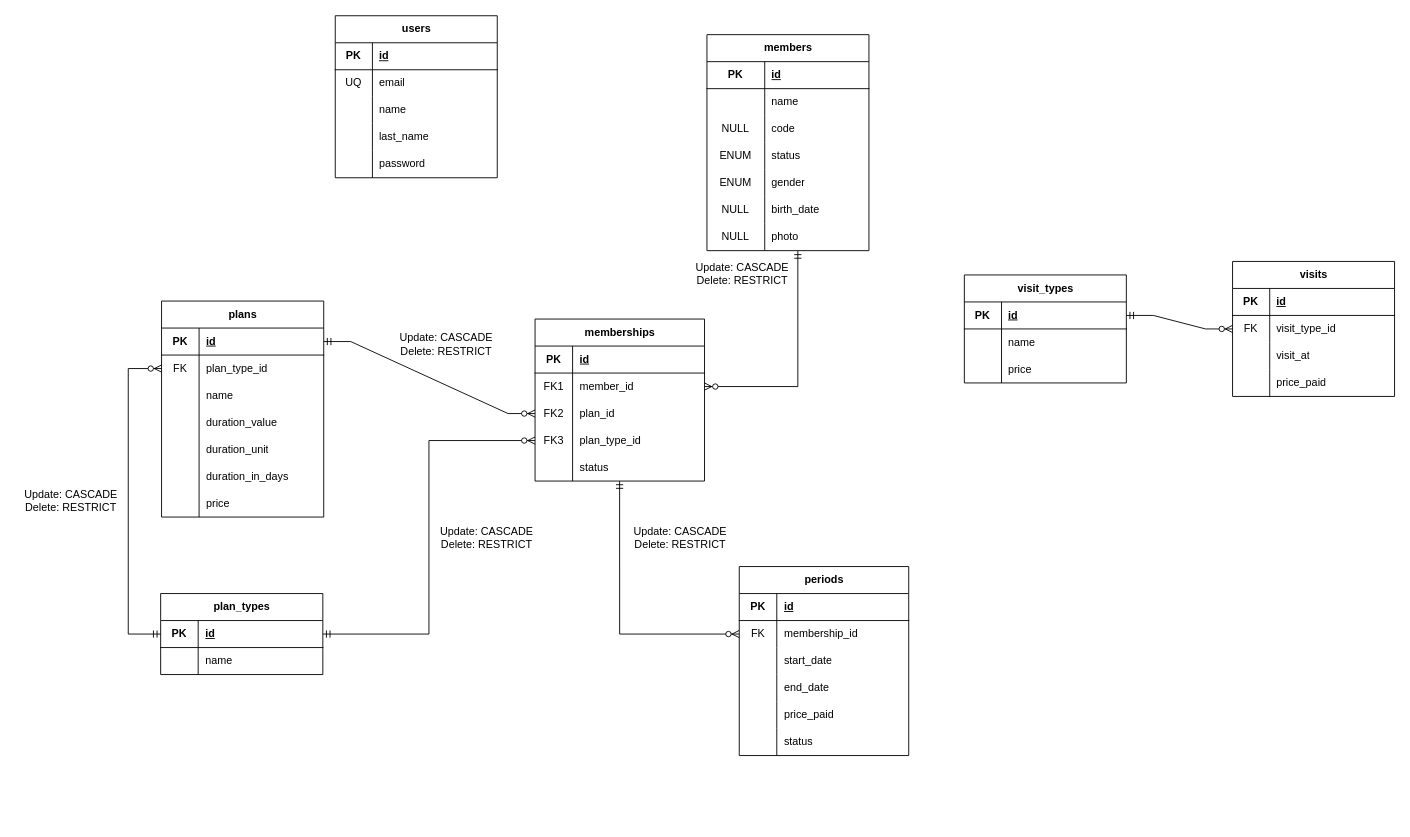
This is docs/logical-design.drawio from hdz-kevin/TecnoGym, a draw.io file, before an edit. Source tidied: cells renumbered, new cells numbered last; positions are measured from the earlier drawing's top-left corner, leaving out a move shared by most shapes. Both pictures are drawn from the tidied source at 90%, with x=0, y=0 at pixel (15, 15).
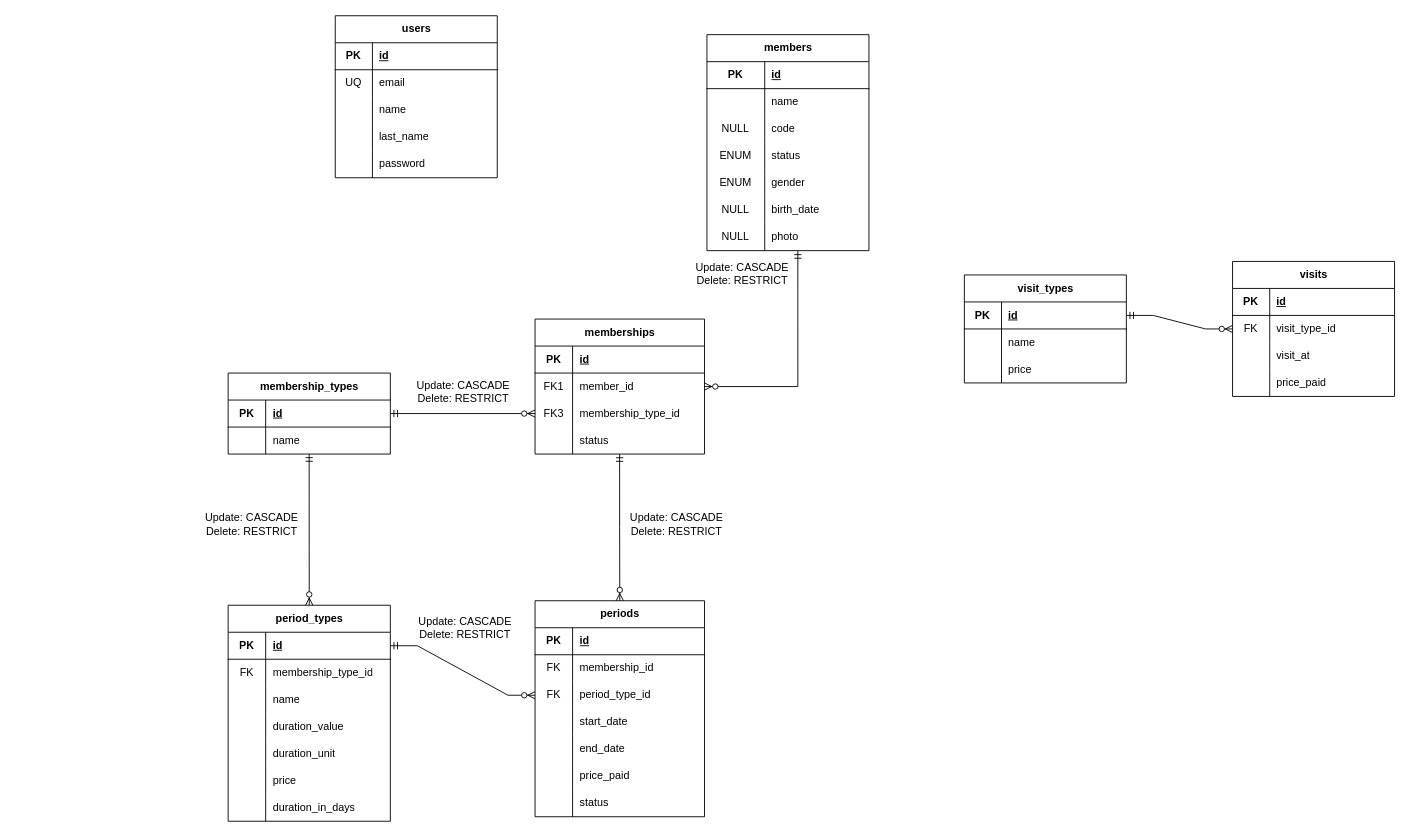
Above is the later version.

Commit message:
modify DB schema: table names and relationships

The change refers to these unchanged cells:
```xml
<mxCell id="41" style="shape=tableRow;horizontal=0;startSize=0;swimlaneHead=0;swimlaneBody=0;fillColor=none;points=[[0,0.5],[1,0.5]];portConstraint=eastwest;top=0;left=0;right=0;bottom=1;" parent="40" vertex="1">
  <mxGeometry y="30" width="180.2" height="30" as="geometry" />
</mxCell>
<mxCell id="48" style="shape=tableRow;horizontal=0;startSize=0;swimlaneHead=0;swimlaneBody=0;fillColor=none;points=[[0,0.5],[1,0.5]];portConstraint=eastwest;top=0;left=0;right=0;bottom=1;" parent="47" vertex="1">
  <mxGeometry y="30" width="180.2" height="30" as="geometry" />
</mxCell>
<mxCell id="51" style="shape=tableRow;horizontal=0;startSize=0;swimlaneHead=0;swimlaneBody=0;fillColor=none;points=[[0,0.5],[1,0.5]];portConstraint=eastwest;top=0;left=0;right=0;bottom=0;" parent="47" vertex="1">
  <mxGeometry y="60" width="180.2" height="30" as="geometry" />
</mxCell>
<mxCell id="63" style="shape=tableRow;horizontal=0;startSize=0;swimlaneHead=0;swimlaneBody=0;fillColor=none;top=0;left=0;right=0;bottom=0;" parent="47" vertex="1">
  <mxGeometry y="180" width="180.2" height="30" as="geometry" />
</mxCell>
<mxCell id="66" style="shape=tableRow;horizontal=0;startSize=0;swimlaneHead=0;swimlaneBody=0;fillColor=none;top=0;left=0;right=0;bottom=0;" parent="47" vertex="1">
  <mxGeometry y="210" width="180.2" height="30" as="geometry" />
</mxCell>
<mxCell id="97" style="shape=tableRow;horizontal=0;startSize=0;swimlaneHead=0;swimlaneBody=0;fillColor=none;points=[[0,0.5],[1,0.5]];portConstraint=eastwest;top=0;left=0;right=0;bottom=0;" parent="93" vertex="1">
  <mxGeometry y="60" width="188.3" height="30" as="geometry" />
</mxCell>
```

The edit, as a diff of the source:
```diff
@@
-    <mxCell id="40" value="plan_types" style="shape=table;startSize=30;childLayout=tableLayout;rowLines=0;fontStyle=1;align=center;html=1;" parent="1" vertex="1">
-      <mxGeometry x="161" y="642" width="180.2" height="90" as="geometry" />
+    <mxCell id="40" value="membership_types" style="shape=table;startSize=30;childLayout=tableLayout;rowLines=0;fontStyle=1;align=center;html=1;" parent="1" vertex="1">
+      <mxGeometry x="236" y="397" width="180.2" height="90" as="geometry" />
     </mxCell>
@@
-    <mxCell id="47" value="plans" style="shape=table;startSize=30;childLayout=tableLayout;rowLines=0;fontStyle=1;align=center;html=1;" parent="1" vertex="1">
-      <mxGeometry x="162" y="317" width="180.2" height="240" as="geometry" />
+    <mxCell id="47" value="period_types" style="shape=table;startSize=30;childLayout=tableLayout;rowLines=0;fontStyle=1;align=center;html=1;" parent="1" vertex="1">
+      <mxGeometry x="236" y="655" width="180.2" height="240" as="geometry" />
     </mxCell>
@@
-    <mxCell id="53" value="plan_type_id" style="shape=partialRectangle;fillColor=none;top=0;left=0;bottom=0;right=0;align=left;spacingLeft=6;overflow=hidden;whiteSpace=wrap;html=1;" parent="51" vertex="1">
+    <mxCell id="53" value="membership_type_id" style="shape=partialRectangle;fillColor=none;top=0;left=0;bottom=0;right=0;align=left;spacingLeft=6;overflow=hidden;whiteSpace=wrap;html=1;" parent="51" vertex="1">
       <mxGeometry x="41.7" width="138.4" height="30" as="geometry" />
     </mxCell>
@@
-    <mxCell id="65" value="duration_in_days" style="shape=partialRectangle;fillColor=none;top=0;left=0;bottom=0;right=0;align=left;spacingLeft=6;overflow=hidden;whiteSpace=wrap;html=1;" parent="63" vertex="1">
+    <mxCell id="65" value="price" style="shape=partialRectangle;fillColor=none;top=0;left=0;bottom=0;right=0;align=left;spacingLeft=6;overflow=hidden;whiteSpace=wrap;html=1;" parent="63" vertex="1">
       <mxGeometry x="41.7" width="138.4" height="30" as="geometry" />
     </mxCell>
@@
-    <mxCell id="68" value="price" style="shape=partialRectangle;fillColor=none;top=0;left=0;bottom=0;right=0;align=left;spacingLeft=6;overflow=hidden;whiteSpace=wrap;html=1;" parent="66" vertex="1">
+    <mxCell id="68" value="duration_in_days" style="shape=partialRectangle;fillColor=none;top=0;left=0;bottom=0;right=0;align=left;spacingLeft=6;overflow=hidden;whiteSpace=wrap;html=1;" parent="66" vertex="1">
       <mxGeometry x="41.7" width="138.4" height="30" as="geometry" />
     </mxCell>
-    <mxCell id="69" style="fontSize=12;html=1;endArrow=ERzeroToMany;startArrow=ERmandOne;rounded=0;exitX=0;exitY=0.5;exitDx=0;exitDy=0;entryX=0;entryY=0.5;entryDx=0;entryDy=0;edgeStyle=orthogonalEdgeStyle;" parent="1" edge="1" source="41" target="51">
+    <mxCell id="69" style="fontSize=12;html=1;endArrow=ERzeroToMany;startArrow=ERmandOne;rounded=0;entryX=0.5;entryY=0;entryDx=0;entryDy=0;" parent="1" edge="1" target="47">
       <mxGeometry relative="1" as="geometry">
-        <Array as="points">
-          <mxPoint x="125" y="687" />
-          <mxPoint x="125" y="392" />
-        </Array>
+        <mxPoint x="326" y="487" as="sourcePoint" />
       </mxGeometry>
     </mxCell>
     <mxCell id="70" value="memberships" style="shape=table;startSize=30;childLayout=tableLayout;rowLines=0;fontStyle=1;align=center;html=1;" parent="1" vertex="1">
-      <mxGeometry x="577" y="337" width="188.3" height="180" as="geometry" />
+      <mxGeometry x="577" y="337" width="188.3" height="150" as="geometry" />
     </mxCell>
@@
-    <mxCell id="77" style="shape=tableRow;horizontal=0;startSize=0;swimlaneHead=0;swimlaneBody=0;fillColor=none;points=[[0,0.5],[1,0.5]];portConstraint=eastwest;top=0;left=0;right=0;bottom=0;" parent="70" vertex="1">
-      <mxGeometry y="90" width="188.3" height="30" as="geometry" />
-    </mxCell>
-    <mxCell id="78" value="FK2" style="shape=partialRectangle;fillColor=none;top=0;left=0;bottom=0;right=0;overflow=hidden;whiteSpace=wrap;html=1;" parent="77" vertex="1">
-      <mxGeometry width="41.7" height="30" as="geometry" />
-    </mxCell>
-    <mxCell id="79" value="plan_id" style="shape=partialRectangle;fillColor=none;top=0;left=0;bottom=0;right=0;align=left;spacingLeft=6;overflow=hidden;whiteSpace=wrap;html=1;" parent="77" vertex="1">
-      <mxGeometry x="41.7" width="146.5" height="30" as="geometry" />
-    </mxCell>
     <mxCell id="80" style="shape=tableRow;horizontal=0;startSize=0;swimlaneHead=0;swimlaneBody=0;fillColor=none;points=[[0,0.5],[1,0.5]];portConstraint=eastwest;top=0;left=0;right=0;bottom=0;" parent="70" vertex="1">
-      <mxGeometry y="120" width="188.3" height="30" as="geometry" />
+      <mxGeometry y="90" width="188.3" height="30" as="geometry" />
     </mxCell>
@@
-    <mxCell id="82" value="plan_type_id" style="shape=partialRectangle;fillColor=none;top=0;left=0;bottom=0;right=0;align=left;spacingLeft=6;overflow=hidden;whiteSpace=wrap;html=1;" parent="80" vertex="1">
+    <mxCell id="82" value="membership_type_id" style="shape=partialRectangle;fillColor=none;top=0;left=0;bottom=0;right=0;align=left;spacingLeft=6;overflow=hidden;whiteSpace=wrap;html=1;" parent="80" vertex="1">
       <mxGeometry x="41.7" width="146.5" height="30" as="geometry" />
     </mxCell>
     <mxCell id="83" style="shape=tableRow;horizontal=0;startSize=0;swimlaneHead=0;swimlaneBody=0;fillColor=none;points=[[0,0.5],[1,0.5]];portConstraint=eastwest;top=0;left=0;right=0;bottom=0;" parent="70" vertex="1">
-      <mxGeometry y="150" width="188.3" height="30" as="geometry" />
+      <mxGeometry y="120" width="188.3" height="30" as="geometry" />
     </mxCell>
@@
-    <mxCell id="87" style="edgeStyle=entityRelationEdgeStyle;fontSize=12;html=1;endArrow=ERzeroToMany;startArrow=ERmandOne;rounded=0;entryX=0;entryY=0.5;entryDx=0;entryDy=0;exitX=1;exitY=0.5;exitDx=0;exitDy=0;" parent="1" edge="1" source="48" target="77">
-      <mxGeometry relative="1" as="geometry" />
-    </mxCell>
@@
     <mxCell id="89" value="Update: CASCADE&lt;div&gt;Delete: RESTRICT&lt;/div&gt;" style="text;html=1;align=center;verticalAlign=middle;strokeColor=none;fillColor=none;" parent="1" vertex="1">
-      <mxGeometry x="462" y="559" width="121" height="41" as="geometry" />
+      <mxGeometry x="436" y="397.5" width="121" height="41" as="geometry" />
     </mxCell>
-    <mxCell id="90" value="Update: CASCADE&lt;div&gt;Delete: RESTRICT&lt;/div&gt;" style="text;html=1;align=center;verticalAlign=middle;strokeColor=none;fillColor=none;" parent="1" vertex="1">
-      <mxGeometry x="417" y="344" width="121" height="41" as="geometry" />
-    </mxCell>
     <mxCell id="91" value="Update: CASCADE&lt;div&gt;Delete: RESTRICT&lt;/div&gt;" style="text;html=1;align=center;verticalAlign=middle;strokeColor=none;fillColor=none;" parent="1" vertex="1">
-      <mxGeometry y="518" width="121" height="41" as="geometry" />
+      <mxGeometry x="201" y="544" width="121" height="41" as="geometry" />
     </mxCell>
@@
-    <mxCell id="93" value="periods" style="shape=table;startSize=30;childLayout=tableLayout;rowLines=0;fontStyle=1;align=center;html=1;" parent="1" vertex="1">
-      <mxGeometry x="803.9" y="612" width="188.3" height="210" as="geometry" />
+    <mxCell id="93" value="&lt;span style=&quot;background-color: transparent; color: light-dark(rgb(0, 0, 0), rgb(255, 255, 255));&quot;&gt;periods&lt;/span&gt;" style="shape=table;startSize=30;childLayout=tableLayout;rowLines=0;fontStyle=1;align=center;html=1;" parent="1" vertex="1">
+      <mxGeometry x="577" y="650" width="188.3" height="240" as="geometry" />
     </mxCell>
@@
+    <mxCell id="77" style="shape=tableRow;horizontal=0;startSize=0;swimlaneHead=0;swimlaneBody=0;fillColor=none;points=[[0,0.5],[1,0.5]];portConstraint=eastwest;top=0;left=0;right=0;bottom=0;" parent="93" vertex="1">
+      <mxGeometry y="90" width="188.3" height="30" as="geometry" />
+    </mxCell>
+    <mxCell id="139" value="FK" style="shape=partialRectangle;fillColor=none;top=0;left=0;bottom=0;right=0;overflow=hidden;whiteSpace=wrap;html=1;" parent="77" vertex="1">
+      <mxGeometry width="41.7" height="30" as="geometry" />
+    </mxCell>
+    <mxCell id="140" value="period_type_id" style="shape=partialRectangle;fillColor=none;top=0;left=0;bottom=0;right=0;align=left;spacingLeft=6;overflow=hidden;whiteSpace=wrap;html=1;" parent="77" vertex="1">
+      <mxGeometry x="41.7" width="146.5" height="30" as="geometry" />
+    </mxCell>
     <mxCell id="100" style="shape=tableRow;horizontal=0;startSize=0;swimlaneHead=0;swimlaneBody=0;fillColor=none;top=0;left=0;right=0;bottom=0;" parent="93" vertex="1">
-      <mxGeometry y="90" width="188.3" height="30" as="geometry" />
+      <mxGeometry y="120" width="188.3" height="30" as="geometry" />
     </mxCell>
@@
     <mxCell id="103" style="shape=tableRow;horizontal=0;startSize=0;swimlaneHead=0;swimlaneBody=0;fillColor=none;top=0;left=0;right=0;bottom=0;" parent="93" vertex="1">
-      <mxGeometry y="120" width="188.3" height="30" as="geometry" />
+      <mxGeometry y="150" width="188.3" height="30" as="geometry" />
     </mxCell>
@@
     <mxCell id="106" style="shape=tableRow;horizontal=0;startSize=0;swimlaneHead=0;swimlaneBody=0;fillColor=none;top=0;left=0;right=0;bottom=0;" parent="93" vertex="1">
-      <mxGeometry y="150" width="188.3" height="30" as="geometry" />
+      <mxGeometry y="180" width="188.3" height="30" as="geometry" />
     </mxCell>
@@
     <mxCell id="109" style="shape=tableRow;horizontal=0;startSize=0;swimlaneHead=0;swimlaneBody=0;fillColor=none;top=0;left=0;right=0;bottom=0;" parent="93" vertex="1">
-      <mxGeometry y="180" width="188.3" height="30" as="geometry" />
+      <mxGeometry y="210" width="188.3" height="30" as="geometry" />
     </mxCell>
@@
-    <mxCell id="112" style="edgeStyle=orthogonalEdgeStyle;fontSize=12;html=1;endArrow=ERzeroToMany;startArrow=ERmandOne;rounded=0;entryX=0;entryY=0.5;entryDx=0;entryDy=0;exitX=0.499;exitY=1.003;exitDx=0;exitDy=0;exitPerimeter=0;" parent="1" edge="1" source="83" target="97">
+    <mxCell id="112" style="edgeStyle=orthogonalEdgeStyle;fontSize=12;html=1;endArrow=ERzeroToMany;startArrow=ERmandOne;rounded=0;entryX=0.5;entryY=0;entryDx=0;entryDy=0;exitX=0.499;exitY=1.003;exitDx=0;exitDy=0;exitPerimeter=0;" parent="1" edge="1" source="83" target="93">
       <mxGeometry relative="1" as="geometry" />
     </mxCell>
     <mxCell id="113" value="Update: CASCADE&lt;div&gt;Delete: RESTRICT&lt;/div&gt;" style="text;html=1;align=center;verticalAlign=middle;strokeColor=none;fillColor=none;" parent="1" vertex="1">
-      <mxGeometry x="677" y="559" width="121" height="41" as="geometry" />
+      <mxGeometry x="673" y="544" width="121" height="41" as="geometry" />
     </mxCell>
@@
+    <mxCell id="87" style="edgeStyle=entityRelationEdgeStyle;fontSize=12;html=1;endArrow=ERzeroToMany;startArrow=ERmandOne;rounded=0;exitX=1;exitY=0.5;exitDx=0;exitDy=0;entryX=0;entryY=0.5;entryDx=0;entryDy=0;elbow=vertical;" parent="1" edge="1" source="48" target="77">
+      <mxGeometry relative="1" as="geometry" />
+    </mxCell>
+    <mxCell id="90" value="Update: CASCADE&lt;div&gt;Delete: RESTRICT&lt;/div&gt;" style="text;html=1;align=center;verticalAlign=middle;strokeColor=none;fillColor=none;" parent="1" vertex="1">
+      <mxGeometry x="438" y="659" width="121" height="41" as="geometry" />
+    </mxCell>
```
